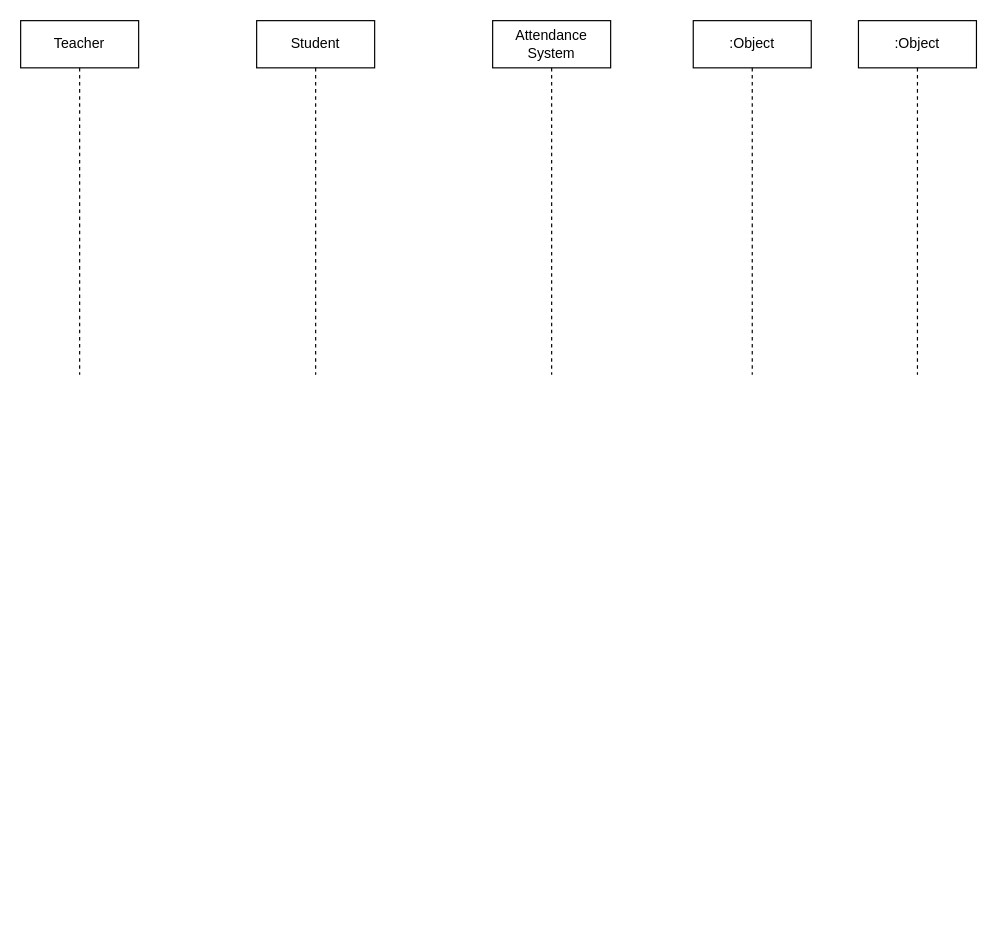
This is Sequence Diagram.drawio from KhunMaungNgwee/InternShipProject, a draw.io file, before an edit. Source tidied: cells renumbered, new cells numbered last; positions are measured from the earlier drawing's top-left corner, leaving out a move shared by most shapes. Both pictures are drawn from the tidied source at 118%, with x=0, y=0 at pixel (20, 20).
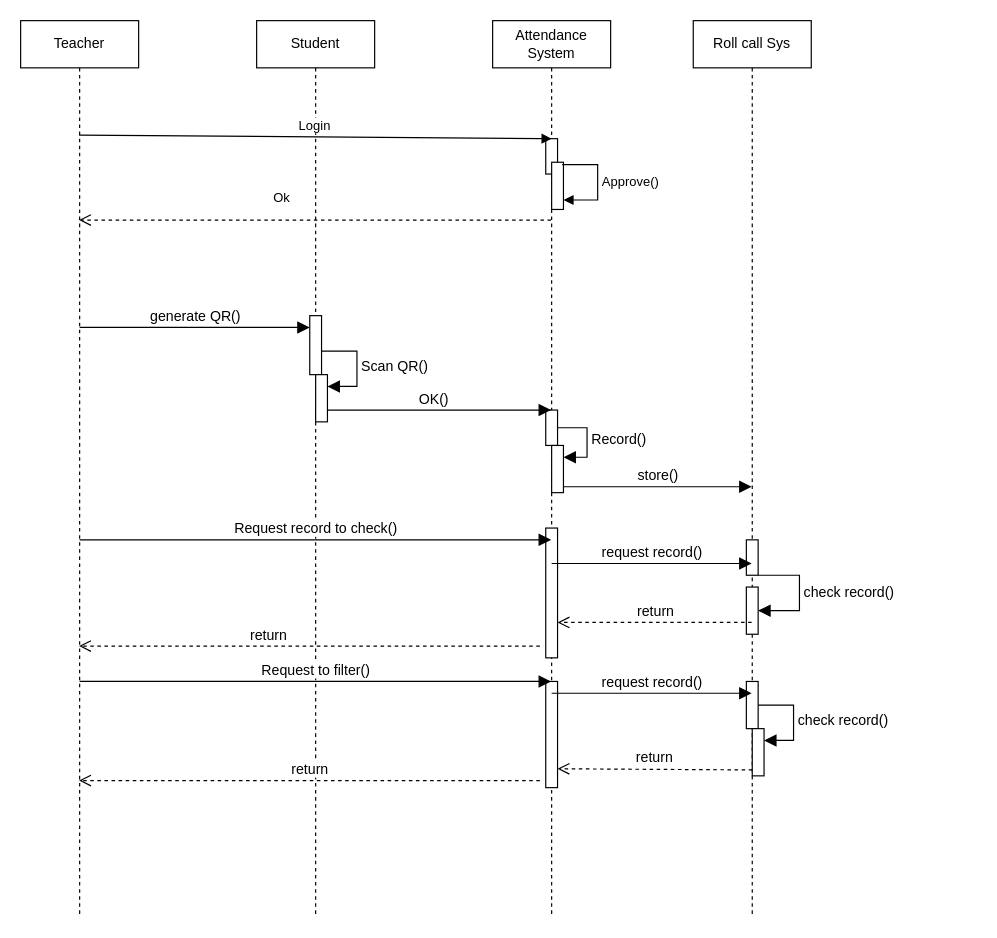
The same diagram, later.

What changed in the source:
```diff
@@
     <mxCell id="2" value="Teacher" style="shape=umlLifeline;perimeter=lifelinePerimeter;whiteSpace=wrap;html=1;outlineConnect=0;portConstraint=eastwest;newEdgeStyle={&quot;curved&quot;:0,&quot;rounded&quot;:0};" parent="1" vertex="1">
-      <mxGeometry width="100" height="300" as="geometry" />
+      <mxGeometry width="100" height="760" as="geometry" />
     </mxCell>
     <mxCell id="3" value="Student" style="shape=umlLifeline;perimeter=lifelinePerimeter;whiteSpace=wrap;html=1;newEdgeStyle={&quot;curved&quot;:0,&quot;rounded&quot;:0};" parent="1" vertex="1">
-      <mxGeometry x="200" width="100" height="300" as="geometry" />
+      <mxGeometry x="200" width="100" height="760" as="geometry" />
     </mxCell>
+    <mxCell id="7" style="html=1;points=[[0,0,0,0,5],[0,1,0,0,-5],[1,0,0,0,5],[1,1,0,0,-5]];perimeter=orthogonalPerimeter;outlineConnect=0;targetShapes=umlLifeline;portConstraint=eastwest;newEdgeStyle={&quot;curved&quot;:0,&quot;rounded&quot;:0};" parent="3" vertex="1">
+      <mxGeometry x="45" y="250" width="10" height="50" as="geometry" />
+    </mxCell>
+    <mxCell id="8" style="html=1;points=[[0,0,0,0,5],[0,1,0,0,-5],[1,0,0,0,5],[1,1,0,0,-5]];perimeter=orthogonalPerimeter;outlineConnect=0;targetShapes=umlLifeline;portConstraint=eastwest;newEdgeStyle={&quot;curved&quot;:0,&quot;rounded&quot;:0};" parent="3" vertex="1">
+      <mxGeometry x="50" y="300" width="10" height="40" as="geometry" />
+    </mxCell>
+    <mxCell id="9" value="Scan QR()" style="html=1;align=left;spacingLeft=2;endArrow=block;rounded=0;edgeStyle=orthogonalEdgeStyle;curved=0;rounded=0;fontSize=12;startSize=8;endSize=8;" parent="3" edge="1" target="8">
+      <mxGeometry relative="1" as="geometry">
+        <mxPoint x="55" y="280" as="sourcePoint" />
+        <Array as="points">
+          <mxPoint x="85" y="310" />
+        </Array>
+      </mxGeometry>
+    </mxCell>
     <mxCell id="4" value="Attendance System" style="shape=umlLifeline;perimeter=lifelinePerimeter;whiteSpace=wrap;html=1;outlineConnect=0;portConstraint=eastwest;newEdgeStyle={&quot;curved&quot;:0,&quot;rounded&quot;:0};" parent="1" vertex="1">
-      <mxGeometry x="400" width="100" height="300" as="geometry" />
+      <mxGeometry x="400" width="100" height="760" as="geometry" />
     </mxCell>
+    <mxCell id="10" style="html=1;perimeter=orthogonalPerimeter;targetShapes=umlLifeline;newEdgeStyle={&quot;curved&quot;:0,&quot;rounded&quot;:0};" parent="4" vertex="1">
+      <mxGeometry x="45" y="100" width="10" height="30" as="geometry" />
+    </mxCell>
+    <mxCell id="11" style="html=1;points=[[0,0,0,0,5],[0,1,0,0,-5],[1,0,0,0,5],[1,1,0,0,-5]];perimeter=orthogonalPerimeter;outlineConnect=0;targetShapes=umlLifeline;portConstraint=eastwest;newEdgeStyle={&quot;curved&quot;:0,&quot;rounded&quot;:0};" parent="4" vertex="1">
+      <mxGeometry x="50" y="120" width="10" height="40" as="geometry" />
+    </mxCell>
+    <mxCell id="12" style="html=1;points=[[0,0,0,0,5],[0,1,0,0,-5],[1,0,0,0,5],[1,1,0,0,-5]];perimeter=orthogonalPerimeter;outlineConnect=0;targetShapes=umlLifeline;portConstraint=eastwest;newEdgeStyle={&quot;curved&quot;:0,&quot;rounded&quot;:0};" parent="4" vertex="1">
+      <mxGeometry x="45" y="330" width="10" height="30" as="geometry" />
+    </mxCell>
+    <mxCell id="13" style="html=1;points=[[0,0,0,0,5],[0,1,0,0,-5],[1,0,0,0,5],[1,1,0,0,-5]];perimeter=orthogonalPerimeter;outlineConnect=0;targetShapes=umlLifeline;portConstraint=eastwest;newEdgeStyle={&quot;curved&quot;:0,&quot;rounded&quot;:0};" parent="4" vertex="1">
+      <mxGeometry x="50" y="360" width="10" height="40" as="geometry" />
+    </mxCell>
+    <mxCell id="14" value="Record()&amp;nbsp;" style="html=1;align=left;spacingLeft=2;endArrow=block;rounded=0;edgeStyle=orthogonalEdgeStyle;curved=0;rounded=0;fontSize=12;startSize=8;endSize=8;" parent="4" edge="1" source="12" target="13">
+      <mxGeometry relative="1" as="geometry">
+        <Array as="points">
+          <mxPoint x="80" y="345" />
+          <mxPoint x="80" y="370" />
+        </Array>
+      </mxGeometry>
+    </mxCell>
+    <mxCell id="15" style="html=1;points=[[0,0,0,0,5],[0,1,0,0,-5],[1,0,0,0,5],[1,1,0,0,-5]];perimeter=orthogonalPerimeter;outlineConnect=0;targetShapes=umlLifeline;portConstraint=eastwest;newEdgeStyle={&quot;curved&quot;:0,&quot;rounded&quot;:0};" parent="4" vertex="1">
+      <mxGeometry x="45" y="430" width="10" height="110" as="geometry" />
+    </mxCell>
+    <mxCell id="16" style="html=1;perimeter=orthogonalPerimeter;targetShapes=umlLifeline;newEdgeStyle={&quot;curved&quot;:0,&quot;rounded&quot;:0};" parent="4" vertex="1">
+      <mxGeometry x="45" y="560" width="10" height="90" as="geometry" />
+    </mxCell>
-    <mxCell id="5" value=":Object" style="shape=umlLifeline;perimeter=lifelinePerimeter;whiteSpace=wrap;html=1;outlineConnect=0;portConstraint=eastwest;newEdgeStyle={&quot;curved&quot;:0,&quot;rounded&quot;:0};" parent="1" vertex="1">
-      <mxGeometry x="570" width="100" height="300" as="geometry" />
+    <mxCell id="5" value="Roll call Sys" style="shape=umlLifeline;perimeter=lifelinePerimeter;whiteSpace=wrap;html=1;outlineConnect=0;portConstraint=eastwest;newEdgeStyle={&quot;curved&quot;:0,&quot;rounded&quot;:0};" parent="1" vertex="1">
+      <mxGeometry x="570" width="100" height="760" as="geometry" />
     </mxCell>
-    <mxCell id="6" value=":Object" style="shape=umlLifeline;perimeter=lifelinePerimeter;whiteSpace=wrap;html=1;newEdgeStyle={&quot;curved&quot;:0,&quot;rounded&quot;:0};" parent="1" vertex="1">
-      <mxGeometry x="710" width="100" height="300" as="geometry" />
-    </mxCell>
+    <mxCell id="17" style="html=1;points=[[0,0,0,0,5],[0,1,0,0,-5],[1,0,0,0,5],[1,1,0,0,-5]];perimeter=orthogonalPerimeter;outlineConnect=0;targetShapes=umlLifeline;portConstraint=eastwest;newEdgeStyle={&quot;curved&quot;:0,&quot;rounded&quot;:0};" parent="5" vertex="1">
+      <mxGeometry x="45" y="480" width="10" height="40" as="geometry" />
+    </mxCell>
+    <mxCell id="18" value="check record()" style="html=1;align=left;spacingLeft=2;endArrow=block;rounded=0;edgeStyle=orthogonalEdgeStyle;curved=0;rounded=0;fontSize=12;startSize=8;endSize=8;" parent="5" edge="1" source="19" target="17">
+      <mxGeometry relative="1" as="geometry">
+        <Array as="points">
+          <mxPoint x="90" y="470" />
+          <mxPoint x="90" y="500" />
+        </Array>
+      </mxGeometry>
+    </mxCell>
+    <mxCell id="19" style="html=1;points=[[0,0,0,0,5],[0,1,0,0,-5],[1,0,0,0,5],[1,1,0,0,-5]];perimeter=orthogonalPerimeter;outlineConnect=0;targetShapes=umlLifeline;portConstraint=eastwest;newEdgeStyle={&quot;curved&quot;:0,&quot;rounded&quot;:0};" parent="5" vertex="1">
+      <mxGeometry x="45" y="440" width="10" height="30" as="geometry" />
+    </mxCell>
+    <mxCell id="20" style="html=1;perimeter=orthogonalPerimeter;targetShapes=umlLifeline;newEdgeStyle={&quot;curved&quot;:0,&quot;rounded&quot;:0};" parent="5" vertex="1">
+      <mxGeometry x="45" y="560" width="10" height="40" as="geometry" />
+    </mxCell>
+    <mxCell id="21" style="html=1;points=[[0,0,0,0,5],[0,1,0,0,-5],[1,0,0,0,5],[1,1,0,0,-5]];perimeter=orthogonalPerimeter;outlineConnect=0;targetShapes=umlLifeline;portConstraint=eastwest;newEdgeStyle={&quot;curved&quot;:0,&quot;rounded&quot;:0};" parent="5" vertex="1">
+      <mxGeometry x="50" y="600" width="10" height="40" as="geometry" />
+    </mxCell>
+    <mxCell id="22" value="check record()" style="html=1;align=left;spacingLeft=2;endArrow=block;rounded=0;edgeStyle=orthogonalEdgeStyle;curved=0;rounded=0;fontSize=12;startSize=8;endSize=8;" parent="5" edge="1" target="21">
+      <mxGeometry relative="1" as="geometry">
+        <mxPoint x="55" y="580" as="sourcePoint" />
+        <Array as="points">
+          <mxPoint x="85" y="610" />
+        </Array>
+      </mxGeometry>
+    </mxCell>
+    <mxCell id="23" value="Login" style="html=1;verticalAlign=bottom;endArrow=block;curved=0;rounded=0;" parent="1" edge="1">
+      <mxGeometry relative="1" as="geometry">
+        <mxPoint x="49.5" y="97" as="sourcePoint" />
+        <mxPoint x="450" y="100" as="targetPoint" />
+      </mxGeometry>
+    </mxCell>
+    <mxCell id="24" value="Approve()" style="html=1;align=left;spacingLeft=2;endArrow=block;rounded=0;edgeStyle=orthogonalEdgeStyle;curved=0;rounded=0;" parent="1" edge="1" target="11">
+      <mxGeometry relative="1" as="geometry">
+        <mxPoint x="459" y="122" as="sourcePoint" />
+        <Array as="points">
+          <mxPoint x="489" y="152" />
+        </Array>
+      </mxGeometry>
+    </mxCell>
+    <mxCell id="25" value="Ok" style="html=1;verticalAlign=bottom;endArrow=open;dashed=1;endSize=8;curved=0;rounded=0;" parent="1" edge="1">
+      <mxGeometry x="0.15" y="-10" relative="1" as="geometry">
+        <mxPoint x="449.5" y="169" as="sourcePoint" />
+        <mxPoint x="49.5" y="169" as="targetPoint" />
+        <Array as="points">
+          <mxPoint x="320" y="169" />
+        </Array>
+        <mxPoint x="1" as="offset" />
+      </mxGeometry>
+    </mxCell>
+    <mxCell id="26" value="OK()" style="html=1;verticalAlign=bottom;endArrow=block;curved=0;rounded=0;fontSize=12;startSize=8;endSize=8;" parent="1" edge="1" target="4">
+      <mxGeometry x="-0.05" relative="1" as="geometry">
+        <mxPoint x="260" y="330" as="sourcePoint" />
+      </mxGeometry>
+    </mxCell>
+    <mxCell id="27" value="store()" style="html=1;verticalAlign=bottom;endArrow=block;curved=0;rounded=0;fontSize=12;startSize=8;endSize=8;exitX=1;exitY=1;exitDx=0;exitDy=-5;exitPerimeter=0;" parent="1" edge="1" source="13" target="5">
+      <mxGeometry relative="1" as="geometry" />
+    </mxCell>
+    <mxCell id="28" value="Request record to check()" style="html=1;verticalAlign=bottom;endArrow=block;curved=0;rounded=0;fontSize=12;startSize=8;endSize=8;" parent="1" edge="1" target="4">
+      <mxGeometry relative="1" as="geometry">
+        <mxPoint x="50" y="440" as="sourcePoint" />
+      </mxGeometry>
+    </mxCell>
+    <mxCell id="29" value="request record()" style="html=1;verticalAlign=bottom;endArrow=block;curved=0;rounded=0;fontSize=12;startSize=8;endSize=8;exitX=0.5;exitY=0.273;exitDx=0;exitDy=0;exitPerimeter=0;" parent="1" edge="1" source="15" target="5">
+      <mxGeometry relative="1" as="geometry" />
+    </mxCell>
+    <mxCell id="30" value="return" style="html=1;verticalAlign=bottom;endArrow=open;dashed=1;endSize=8;curved=0;rounded=0;fontSize=12;" parent="1" edge="1" source="5" target="15">
+      <mxGeometry relative="1" as="geometry">
+        <Array as="points">
+          <mxPoint x="540" y="510" />
+        </Array>
+      </mxGeometry>
+    </mxCell>
+    <mxCell id="31" value="return" style="html=1;verticalAlign=bottom;endArrow=open;dashed=1;endSize=8;curved=0;rounded=0;fontSize=12;" parent="1" edge="1" target="2">
+      <mxGeometry x="0.18" relative="1" as="geometry">
+        <mxPoint x="440" y="530" as="sourcePoint" />
+      </mxGeometry>
+    </mxCell>
+    <mxCell id="32" value="Request to filter()" style="html=1;verticalAlign=bottom;endArrow=block;curved=0;rounded=0;fontSize=12;startSize=8;endSize=8;" parent="1" edge="1" target="4">
+      <mxGeometry relative="1" as="geometry">
+        <mxPoint x="50" y="560" as="sourcePoint" />
+      </mxGeometry>
+    </mxCell>
+    <mxCell id="33" value="request record()" style="html=1;verticalAlign=bottom;endArrow=block;curved=0;rounded=0;fontSize=12;startSize=8;endSize=8;" parent="1" edge="1" target="5">
+      <mxGeometry relative="1" as="geometry">
+        <mxPoint x="450" y="570" as="sourcePoint" />
+      </mxGeometry>
+    </mxCell>
+    <mxCell id="34" value="return" style="html=1;verticalAlign=bottom;endArrow=open;dashed=1;endSize=8;curved=0;rounded=0;fontSize=12;exitX=0;exitY=1;exitDx=0;exitDy=-5;exitPerimeter=0;" parent="1" edge="1" source="21">
+      <mxGeometry relative="1" as="geometry">
+        <mxPoint x="455" y="634" as="targetPoint" />
+      </mxGeometry>
+    </mxCell>
+    <mxCell id="35" value="return" style="html=1;verticalAlign=bottom;endArrow=open;dashed=1;endSize=8;curved=0;rounded=0;fontSize=12;" parent="1" edge="1">
+      <mxGeometry relative="1" as="geometry">
+        <mxPoint x="440" y="644" as="sourcePoint" />
+        <mxPoint x="49.5" y="644" as="targetPoint" />
+      </mxGeometry>
+    </mxCell>
+    <mxCell id="36" value="generate QR()" style="html=1;verticalAlign=bottom;endArrow=block;curved=0;rounded=0;fontSize=12;startSize=8;endSize=8;" parent="1" edge="1" target="7">
+      <mxGeometry relative="1" as="geometry">
+        <mxPoint x="50" y="260" as="sourcePoint" />
+      </mxGeometry>
+    </mxCell>
```
